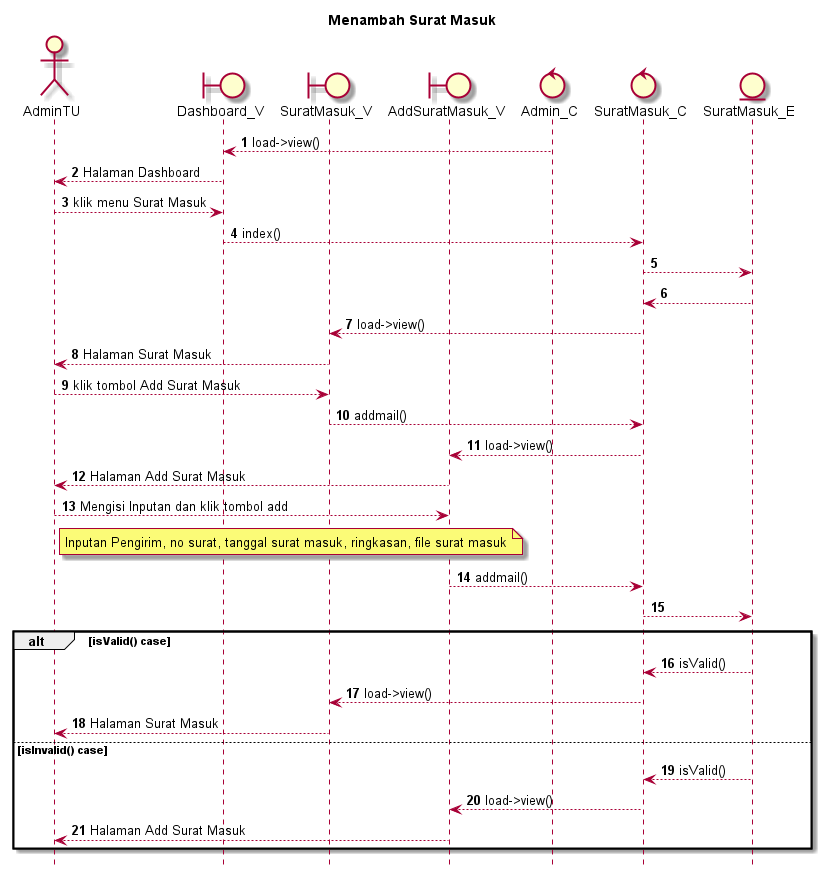
Above: SELAIN SISTEM/UML/SEQUENCE/out/admin tu/AA_SUDAH/AddSUratMasuk/Menambah Surat Masuk.png in kurniado729/sistem_kp (PlantUML), before the change.
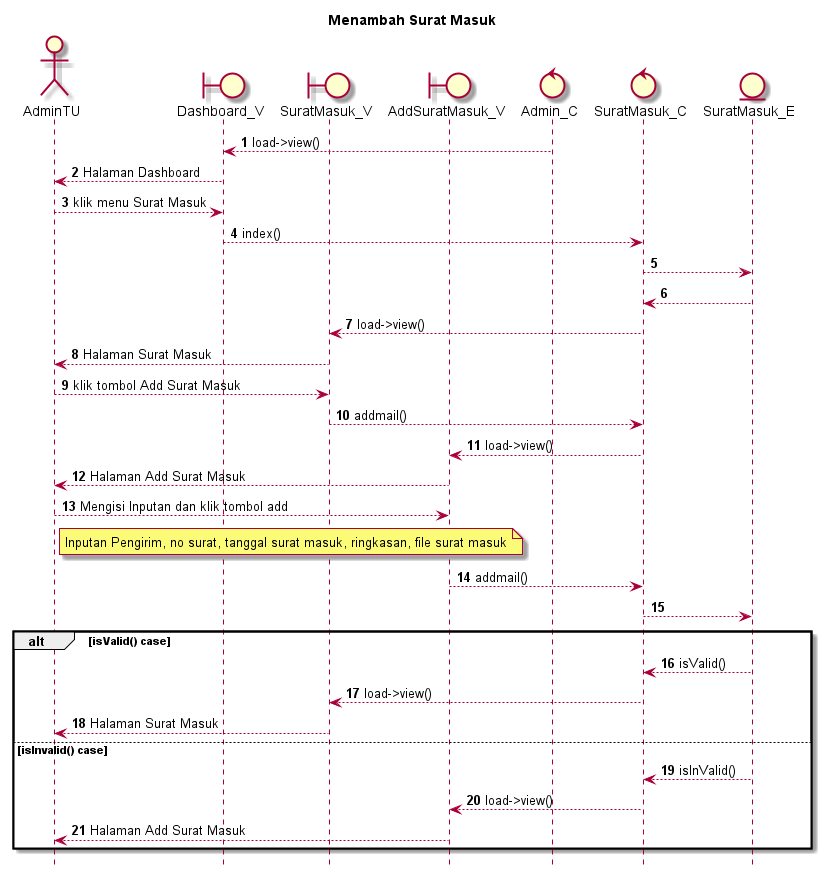
The same diagram one commit later.

Diff of the diagram source:
```diff
@@ -42,7 +42,7 @@
 
 else isInvalid() case
 
-    SuratMasuk_E --> SuratMasuk_C: isValid()
+    SuratMasuk_E --> SuratMasuk_C: isInValid()
     SuratMasuk_C --> AddSuratMasuk_V: load->view()
     AddSuratMasuk_V --> AdminTU: Halaman Add Surat Masuk
 
```
